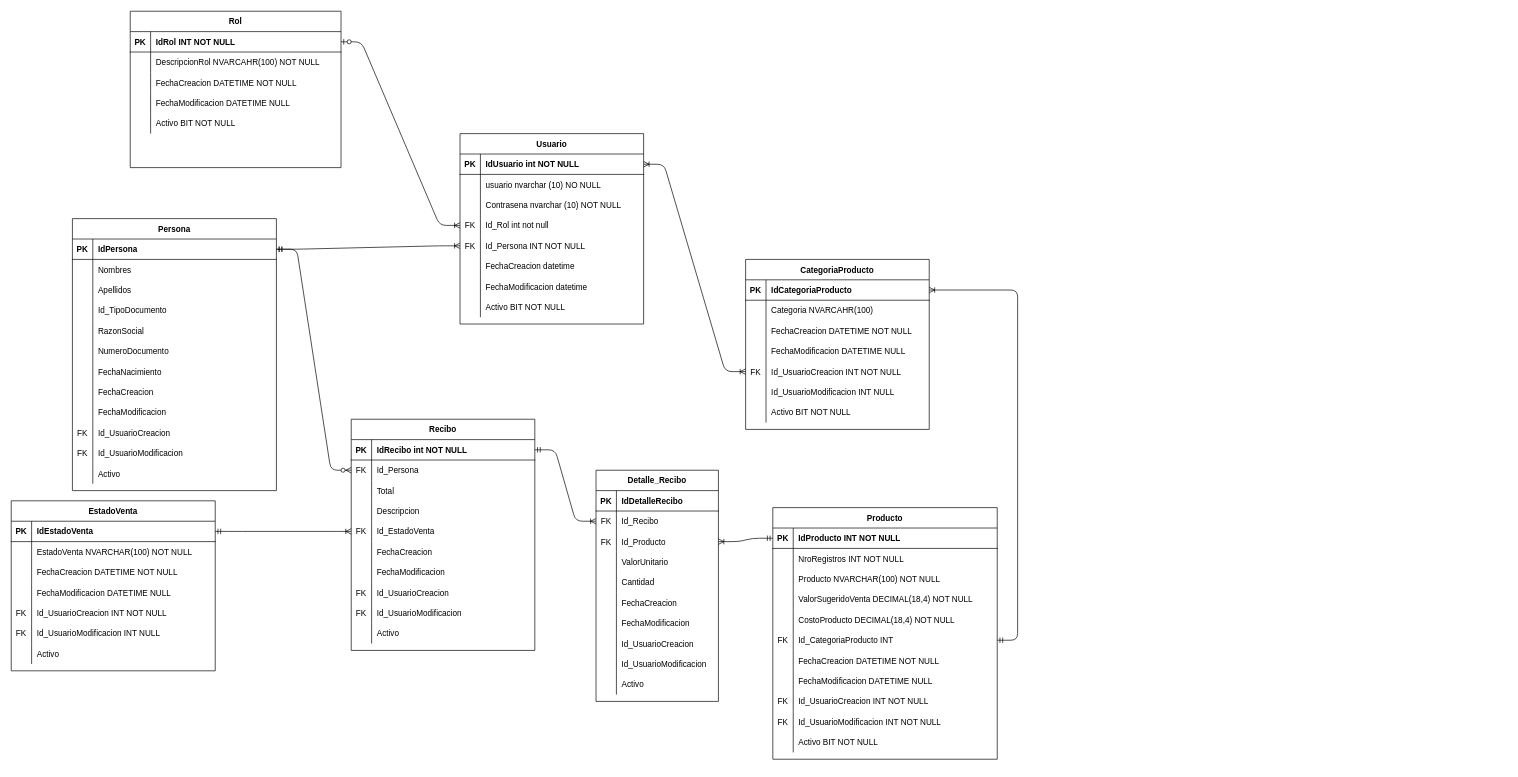
Cicery/ProyectoTallerMecanico keeps this draw.io diagram as page "Facturación" (1 of 2) of Diagramas/EntidadRelacion.drawio. Above is the earlier version. Source tidied: cells renumbered, new cells numbered last; positions are measured from the earlier drawing's top-left corner, leaving out a move shared by most shapes. Both pictures are drawn from the tidied source at 68%, with x=0, y=0 at pixel (11, 11).
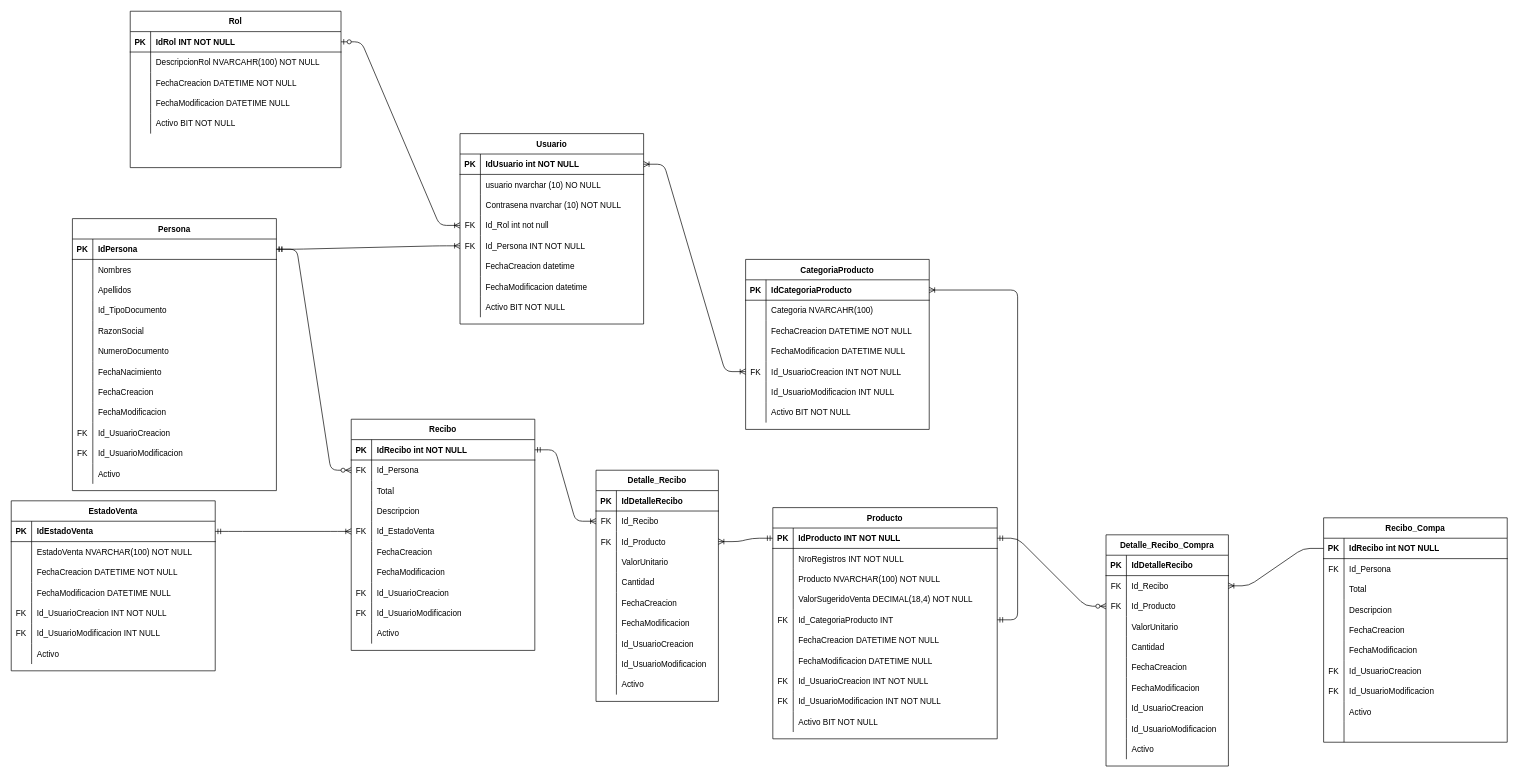
The same page after the edit.

Unchanged cells that the change refers to:
```xml
<mxCell id="71" style="shape=partialRectangle;fillColor=none;points=[[0,0.5],[1,0.5]];portConstraint=eastwest;top=0;left=0;right=0;bottom=1;" parent="70" vertex="1">
  <mxGeometry y="30" width="330" height="30" as="geometry" />
</mxCell>
```

Diff of the diagram source:
```diff
@@
     <mxCell id="70" value="Producto" style="shape=table;startSize=30;childLayout=tableLayout;rowLines=0;fontStyle=1;align=center;" parent="1" vertex="1">
-      <mxGeometry x="1120" y="730" width="330" height="370" as="geometry" />
+      <mxGeometry x="1120" y="730" width="330" height="340" as="geometry" />
     </mxCell>
@@
-    <mxCell id="83" style="shape=partialRectangle;fillColor=none;top=0;left=0;right=0;bottom=0;" parent="70" vertex="1">
-      <mxGeometry y="150" width="330" height="30" as="geometry" />
-    </mxCell>
-    <mxCell id="84" style="shape=partialRectangle;overflow=hidden;fillColor=none;top=0;left=0;bottom=0;right=0;" parent="83" vertex="1">
-      <mxGeometry width="30" height="30" as="geometry" />
-    </mxCell>
-    <mxCell id="85" value="CostoProducto DECIMAL(18,4) NOT NULL" style="shape=partialRectangle;overflow=hidden;fillColor=none;top=0;left=0;bottom=0;right=0;align=left;spacingLeft=6;" parent="83" vertex="1">
-      <mxGeometry x="30" width="300" height="30" as="geometry" />
-    </mxCell>
     <mxCell id="86" style="shape=partialRectangle;fillColor=none;points=[[0,0.5],[1,0.5]];portConstraint=eastwest;top=0;left=0;right=0;bottom=0;" parent="70" vertex="1">
-      <mxGeometry y="180" width="330" height="30" as="geometry" />
+      <mxGeometry y="150" width="330" height="30" as="geometry" />
     </mxCell>
@@
     <mxCell id="89" style="shape=partialRectangle;fillColor=none;top=0;left=0;right=0;bottom=0;" parent="70" vertex="1">
-      <mxGeometry y="210" width="330" height="30" as="geometry" />
+      <mxGeometry y="180" width="330" height="30" as="geometry" />
     </mxCell>
@@
     <mxCell id="92" style="shape=partialRectangle;fillColor=none;top=0;left=0;right=0;bottom=0;" parent="70" vertex="1">
-      <mxGeometry y="240" width="330" height="30" as="geometry" />
+      <mxGeometry y="210" width="330" height="30" as="geometry" />
     </mxCell>
@@
     <mxCell id="95" style="shape=partialRectangle;fillColor=none;top=0;left=0;right=0;bottom=0;" parent="70" vertex="1">
-      <mxGeometry y="270" width="330" height="30" as="geometry" />
+      <mxGeometry y="240" width="330" height="30" as="geometry" />
     </mxCell>
@@
     <mxCell id="98" style="shape=partialRectangle;fillColor=none;top=0;left=0;right=0;bottom=0;" parent="70" vertex="1">
-      <mxGeometry y="300" width="330" height="30" as="geometry" />
+      <mxGeometry y="270" width="330" height="30" as="geometry" />
     </mxCell>
@@
     <mxCell id="101" style="shape=partialRectangle;fillColor=none;top=0;left=0;right=0;bottom=0;" parent="70" vertex="1">
-      <mxGeometry y="330" width="330" height="30" as="geometry" />
+      <mxGeometry y="300" width="330" height="30" as="geometry" />
     </mxCell>
@@
+    <mxCell id="234" value="Detalle_Recibo_Compra" style="shape=table;startSize=30;childLayout=tableLayout;rowLines=0;fontStyle=1;align=center;" parent="1" vertex="1">
+      <mxGeometry x="1610" y="770" width="180" height="340" as="geometry" />
+    </mxCell>
+    <mxCell id="235" style="shape=partialRectangle;fillColor=none;top=0;left=0;bottom=1;right=0;" parent="234" vertex="1">
+      <mxGeometry y="30" width="180" height="30" as="geometry" />
+    </mxCell>
+    <mxCell id="236" value="PK" style="shape=partialRectangle;fillColor=none;top=0;left=0;bottom=0;right=0;fontStyle=1;overflow=hidden;" parent="235" vertex="1">
+      <mxGeometry width="30" height="30" as="geometry" />
+    </mxCell>
+    <mxCell id="237" value="IdDetalleRecibo" style="shape=partialRectangle;fillColor=none;top=0;left=0;bottom=0;right=0;align=left;spacingLeft=6;fontStyle=1;overflow=hidden;" parent="235" vertex="1">
+      <mxGeometry x="30" width="150" height="30" as="geometry" />
+    </mxCell>
+    <mxCell id="238" style="shape=partialRectangle;fillColor=none;top=0;left=0;bottom=0;right=0;points=[[0,0.5],[1,0.5]];portConstraint=eastwest;" parent="234" vertex="1">
+      <mxGeometry y="60" width="180" height="30" as="geometry" />
+    </mxCell>
+    <mxCell id="239" value="FK" style="shape=partialRectangle;fillColor=none;top=0;left=0;bottom=0;right=0;overflow=hidden;" parent="238" vertex="1">
+      <mxGeometry width="30" height="30" as="geometry" />
+    </mxCell>
+    <mxCell id="240" value="Id_Recibo" style="shape=partialRectangle;fillColor=none;top=0;left=0;bottom=0;right=0;align=left;spacingLeft=6;overflow=hidden;" parent="238" vertex="1">
+      <mxGeometry x="30" width="150" height="30" as="geometry" />
+    </mxCell>
+    <mxCell id="241" style="shape=partialRectangle;fillColor=none;top=0;left=0;bottom=0;right=0;points=[[0,0.5],[1,0.5]];portConstraint=eastwest;" parent="234" vertex="1">
+      <mxGeometry y="90" width="180" height="30" as="geometry" />
+    </mxCell>
+    <mxCell id="242" value="FK" style="shape=partialRectangle;fillColor=none;top=0;left=0;bottom=0;right=0;overflow=hidden;" parent="241" vertex="1">
+      <mxGeometry width="30" height="30" as="geometry" />
+    </mxCell>
+    <mxCell id="243" value="Id_Producto" style="shape=partialRectangle;fillColor=none;top=0;left=0;bottom=0;right=0;align=left;spacingLeft=6;overflow=hidden;" parent="241" vertex="1">
+      <mxGeometry x="30" width="150" height="30" as="geometry" />
+    </mxCell>
+    <mxCell id="244" style="shape=partialRectangle;fillColor=none;top=0;left=0;bottom=0;right=0;" parent="234" vertex="1">
+      <mxGeometry y="120" width="180" height="30" as="geometry" />
+    </mxCell>
+    <mxCell id="245" style="shape=partialRectangle;fillColor=none;top=0;left=0;bottom=0;right=0;overflow=hidden;" parent="244" vertex="1">
+      <mxGeometry width="30" height="30" as="geometry" />
+    </mxCell>
+    <mxCell id="246" value="ValorUnitario" style="shape=partialRectangle;fillColor=none;top=0;left=0;bottom=0;right=0;align=left;spacingLeft=6;overflow=hidden;" parent="244" vertex="1">
+      <mxGeometry x="30" width="150" height="30" as="geometry" />
+    </mxCell>
+    <mxCell id="247" style="shape=partialRectangle;fillColor=none;top=0;left=0;bottom=0;right=0;" parent="234" vertex="1">
+      <mxGeometry y="150" width="180" height="30" as="geometry" />
+    </mxCell>
+    <mxCell id="248" style="shape=partialRectangle;fillColor=none;top=0;left=0;bottom=0;right=0;overflow=hidden;" parent="247" vertex="1">
+      <mxGeometry width="30" height="30" as="geometry" />
+    </mxCell>
+    <mxCell id="249" value="Cantidad" style="shape=partialRectangle;fillColor=none;top=0;left=0;bottom=0;right=0;align=left;spacingLeft=6;overflow=hidden;" parent="247" vertex="1">
+      <mxGeometry x="30" width="150" height="30" as="geometry" />
+    </mxCell>
+    <mxCell id="250" style="shape=partialRectangle;fillColor=none;top=0;left=0;bottom=0;right=0;" parent="234" vertex="1">
+      <mxGeometry y="180" width="180" height="30" as="geometry" />
+    </mxCell>
+    <mxCell id="251" style="shape=partialRectangle;fillColor=none;top=0;left=0;bottom=0;right=0;overflow=hidden;" parent="250" vertex="1">
+      <mxGeometry width="30" height="30" as="geometry" />
+    </mxCell>
+    <mxCell id="252" value="FechaCreacion" style="shape=partialRectangle;fillColor=none;top=0;left=0;bottom=0;right=0;align=left;spacingLeft=6;overflow=hidden;" parent="250" vertex="1">
+      <mxGeometry x="30" width="150" height="30" as="geometry" />
+    </mxCell>
+    <mxCell id="253" style="shape=partialRectangle;fillColor=none;top=0;left=0;bottom=0;right=0;" parent="234" vertex="1">
+      <mxGeometry y="210" width="180" height="30" as="geometry" />
+    </mxCell>
+    <mxCell id="254" style="shape=partialRectangle;fillColor=none;top=0;left=0;bottom=0;right=0;overflow=hidden;" parent="253" vertex="1">
+      <mxGeometry width="30" height="30" as="geometry" />
+    </mxCell>
+    <mxCell id="255" value="FechaModificacion" style="shape=partialRectangle;fillColor=none;top=0;left=0;bottom=0;right=0;align=left;spacingLeft=6;overflow=hidden;" parent="253" vertex="1">
+      <mxGeometry x="30" width="150" height="30" as="geometry" />
+    </mxCell>
+    <mxCell id="256" style="shape=partialRectangle;fillColor=none;top=0;left=0;bottom=0;right=0;" parent="234" vertex="1">
+      <mxGeometry y="240" width="180" height="30" as="geometry" />
+    </mxCell>
+    <mxCell id="257" style="shape=partialRectangle;fillColor=none;top=0;left=0;bottom=0;right=0;overflow=hidden;" parent="256" vertex="1">
+      <mxGeometry width="30" height="30" as="geometry" />
+    </mxCell>
+    <mxCell id="258" value="Id_UsuarioCreacion" style="shape=partialRectangle;fillColor=none;top=0;left=0;bottom=0;right=0;align=left;spacingLeft=6;overflow=hidden;" parent="256" vertex="1">
+      <mxGeometry x="30" width="150" height="30" as="geometry" />
+    </mxCell>
+    <mxCell id="259" style="shape=partialRectangle;fillColor=none;top=0;left=0;bottom=0;right=0;" parent="234" vertex="1">
+      <mxGeometry y="270" width="180" height="30" as="geometry" />
+    </mxCell>
+    <mxCell id="260" style="shape=partialRectangle;fillColor=none;top=0;left=0;bottom=0;right=0;overflow=hidden;" parent="259" vertex="1">
+      <mxGeometry width="30" height="30" as="geometry" />
+    </mxCell>
+    <mxCell id="261" value="Id_UsuarioModificacion" style="shape=partialRectangle;fillColor=none;top=0;left=0;bottom=0;right=0;align=left;spacingLeft=6;overflow=hidden;" parent="259" vertex="1">
+      <mxGeometry x="30" width="150" height="30" as="geometry" />
+    </mxCell>
+    <mxCell id="262" style="shape=partialRectangle;fillColor=none;top=0;left=0;bottom=0;right=0;" parent="234" vertex="1">
+      <mxGeometry y="300" width="180" height="30" as="geometry" />
+    </mxCell>
+    <mxCell id="263" style="shape=partialRectangle;fillColor=none;top=0;left=0;bottom=0;right=0;overflow=hidden;" parent="262" vertex="1">
+      <mxGeometry width="30" height="30" as="geometry" />
+    </mxCell>
+    <mxCell id="264" value="Activo" style="shape=partialRectangle;fillColor=none;top=0;left=0;bottom=0;right=0;align=left;spacingLeft=6;overflow=hidden;" parent="262" vertex="1">
+      <mxGeometry x="30" width="150" height="30" as="geometry" />
+    </mxCell>
+    <mxCell id="265" value="Recibo_Compa" style="shape=table;startSize=30;childLayout=tableLayout;rowLines=0;fontStyle=1;align=center;" parent="1" vertex="1">
+      <mxGeometry x="1930" y="745" width="270" height="330" as="geometry" />
+    </mxCell>
+    <mxCell id="266" style="shape=partialRectangle;fillColor=none;points=[[0,0.5],[1,0.5]];portConstraint=eastwest;top=0;left=0;right=0;bottom=1;" parent="265" vertex="1">
+      <mxGeometry y="30" width="270" height="30" as="geometry" />
+    </mxCell>
+    <mxCell id="267" value="PK" style="shape=partialRectangle;overflow=hidden;fillColor=none;top=0;left=0;bottom=0;right=0;fontStyle=1;" parent="266" vertex="1">
+      <mxGeometry width="30" height="30" as="geometry" />
+    </mxCell>
+    <mxCell id="268" value="IdRecibo int NOT NULL" style="shape=partialRectangle;overflow=hidden;fillColor=none;top=0;left=0;bottom=0;right=0;align=left;spacingLeft=6;fontStyle=1;" parent="266" vertex="1">
+      <mxGeometry x="30" width="240" height="30" as="geometry" />
+    </mxCell>
+    <mxCell id="269" style="shape=partialRectangle;fillColor=none;top=0;left=0;right=0;bottom=0;" parent="265" vertex="1">
+      <mxGeometry y="60" width="270" height="30" as="geometry" />
+    </mxCell>
+    <mxCell id="270" value="FK" style="shape=partialRectangle;overflow=hidden;fillColor=none;top=0;left=0;bottom=0;right=0;" parent="269" vertex="1">
+      <mxGeometry width="30" height="30" as="geometry" />
+    </mxCell>
+    <mxCell id="271" value="Id_Persona" style="shape=partialRectangle;overflow=hidden;fillColor=none;top=0;left=0;bottom=0;right=0;align=left;spacingLeft=6;" parent="269" vertex="1">
+      <mxGeometry x="30" width="240" height="30" as="geometry" />
+    </mxCell>
+    <mxCell id="272" style="shape=partialRectangle;fillColor=none;top=0;left=0;right=0;bottom=0;" parent="265" vertex="1">
+      <mxGeometry y="90" width="270" height="30" as="geometry" />
+    </mxCell>
+    <mxCell id="273" style="shape=partialRectangle;overflow=hidden;fillColor=none;top=0;left=0;bottom=0;right=0;" parent="272" vertex="1">
+      <mxGeometry width="30" height="30" as="geometry" />
+    </mxCell>
+    <mxCell id="274" value="Total" style="shape=partialRectangle;overflow=hidden;fillColor=none;top=0;left=0;bottom=0;right=0;align=left;spacingLeft=6;" parent="272" vertex="1">
+      <mxGeometry x="30" width="240" height="30" as="geometry" />
+    </mxCell>
+    <mxCell id="275" style="shape=partialRectangle;fillColor=none;top=0;left=0;right=0;bottom=0;" parent="265" vertex="1">
+      <mxGeometry y="120" width="270" height="30" as="geometry" />
+    </mxCell>
+    <mxCell id="276" style="shape=partialRectangle;overflow=hidden;fillColor=none;top=0;left=0;bottom=0;right=0;" parent="275" vertex="1">
+      <mxGeometry width="30" height="30" as="geometry" />
+    </mxCell>
+    <mxCell id="277" value="Descripcion" style="shape=partialRectangle;overflow=hidden;fillColor=none;top=0;left=0;bottom=0;right=0;align=left;spacingLeft=6;" parent="275" vertex="1">
+      <mxGeometry x="30" width="240" height="30" as="geometry" />
+    </mxCell>
+    <mxCell id="278" style="shape=partialRectangle;fillColor=none;top=0;left=0;right=0;bottom=0;" parent="265" vertex="1">
+      <mxGeometry y="150" width="270" height="30" as="geometry" />
+    </mxCell>
+    <mxCell id="279" style="shape=partialRectangle;overflow=hidden;fillColor=none;top=0;left=0;bottom=0;right=0;" parent="278" vertex="1">
+      <mxGeometry width="30" height="30" as="geometry" />
+    </mxCell>
+    <mxCell id="280" value="FechaCreacion" style="shape=partialRectangle;overflow=hidden;fillColor=none;top=0;left=0;bottom=0;right=0;align=left;spacingLeft=6;" parent="278" vertex="1">
+      <mxGeometry x="30" width="240" height="30" as="geometry" />
+    </mxCell>
+    <mxCell id="281" style="shape=partialRectangle;fillColor=none;top=0;left=0;right=0;bottom=0;" parent="265" vertex="1">
+      <mxGeometry y="180" width="270" height="30" as="geometry" />
+    </mxCell>
+    <mxCell id="282" style="shape=partialRectangle;overflow=hidden;fillColor=none;top=0;left=0;bottom=0;right=0;" parent="281" vertex="1">
+      <mxGeometry width="30" height="30" as="geometry" />
+    </mxCell>
+    <mxCell id="283" value="FechaModificacion" style="shape=partialRectangle;overflow=hidden;fillColor=none;top=0;left=0;bottom=0;right=0;align=left;spacingLeft=6;" parent="281" vertex="1">
+      <mxGeometry x="30" width="240" height="30" as="geometry" />
+    </mxCell>
+    <mxCell id="284" style="shape=partialRectangle;fillColor=none;top=0;left=0;right=0;bottom=0;" parent="265" vertex="1">
+      <mxGeometry y="210" width="270" height="30" as="geometry" />
+    </mxCell>
+    <mxCell id="285" value="FK" style="shape=partialRectangle;overflow=hidden;fillColor=none;top=0;left=0;bottom=0;right=0;" parent="284" vertex="1">
+      <mxGeometry width="30" height="30" as="geometry" />
+    </mxCell>
+    <mxCell id="286" value="Id_UsuarioCreacion" style="shape=partialRectangle;overflow=hidden;fillColor=none;top=0;left=0;bottom=0;right=0;align=left;spacingLeft=6;" parent="284" vertex="1">
+      <mxGeometry x="30" width="240" height="30" as="geometry" />
+    </mxCell>
+    <mxCell id="287" style="shape=partialRectangle;fillColor=none;top=0;left=0;right=0;bottom=0;" parent="265" vertex="1">
+      <mxGeometry y="240" width="270" height="30" as="geometry" />
+    </mxCell>
+    <mxCell id="288" value="FK" style="shape=partialRectangle;overflow=hidden;fillColor=none;top=0;left=0;bottom=0;right=0;" parent="287" vertex="1">
+      <mxGeometry width="30" height="30" as="geometry" />
+    </mxCell>
+    <mxCell id="289" value="Id_UsuarioModificacion" style="shape=partialRectangle;overflow=hidden;fillColor=none;top=0;left=0;bottom=0;right=0;align=left;spacingLeft=6;" parent="287" vertex="1">
+      <mxGeometry x="30" width="240" height="30" as="geometry" />
+    </mxCell>
+    <mxCell id="290" style="shape=partialRectangle;fillColor=none;top=0;left=0;right=0;bottom=0;" parent="265" vertex="1">
+      <mxGeometry y="270" width="270" height="30" as="geometry" />
+    </mxCell>
+    <mxCell id="291" style="shape=partialRectangle;overflow=hidden;fillColor=none;top=0;left=0;bottom=0;right=0;" parent="290" vertex="1">
+      <mxGeometry width="30" height="30" as="geometry" />
+    </mxCell>
+    <mxCell id="292" value="Activo" style="shape=partialRectangle;overflow=hidden;fillColor=none;top=0;left=0;bottom=0;right=0;align=left;spacingLeft=6;" parent="290" vertex="1">
+      <mxGeometry x="30" width="240" height="30" as="geometry" />
+    </mxCell>
+    <mxCell id="293" style="shape=partialRectangle;fillColor=none;top=0;left=0;right=0;bottom=0;" parent="265" vertex="1">
+      <mxGeometry y="300" width="270" height="30" as="geometry" />
+    </mxCell>
+    <mxCell id="294" style="shape=partialRectangle;overflow=hidden;fillColor=none;top=0;left=0;bottom=0;right=0;" parent="293" vertex="1">
+      <mxGeometry width="30" height="30" as="geometry" />
+    </mxCell>
+    <mxCell id="295" style="shape=partialRectangle;overflow=hidden;fillColor=none;top=0;left=0;bottom=0;right=0;align=left;spacingLeft=6;" parent="293" vertex="1">
+      <mxGeometry x="30" width="240" height="30" as="geometry" />
+    </mxCell>
+    <mxCell id="296" style="edgeStyle=entityRelationEdgeStyle;fontSize=12;html=1;endArrow=ERzeroToMany;startArrow=ERmandOne;" parent="1" edge="1" source="71" target="241">
+      <mxGeometry relative="1" as="geometry" />
+    </mxCell>
+    <mxCell id="297" style="edgeStyle=entityRelationEdgeStyle;fontSize=12;html=1;endArrow=ERoneToMany;" parent="1" edge="1" source="266" target="238">
+      <mxGeometry relative="1" as="geometry" />
+    </mxCell>
```
